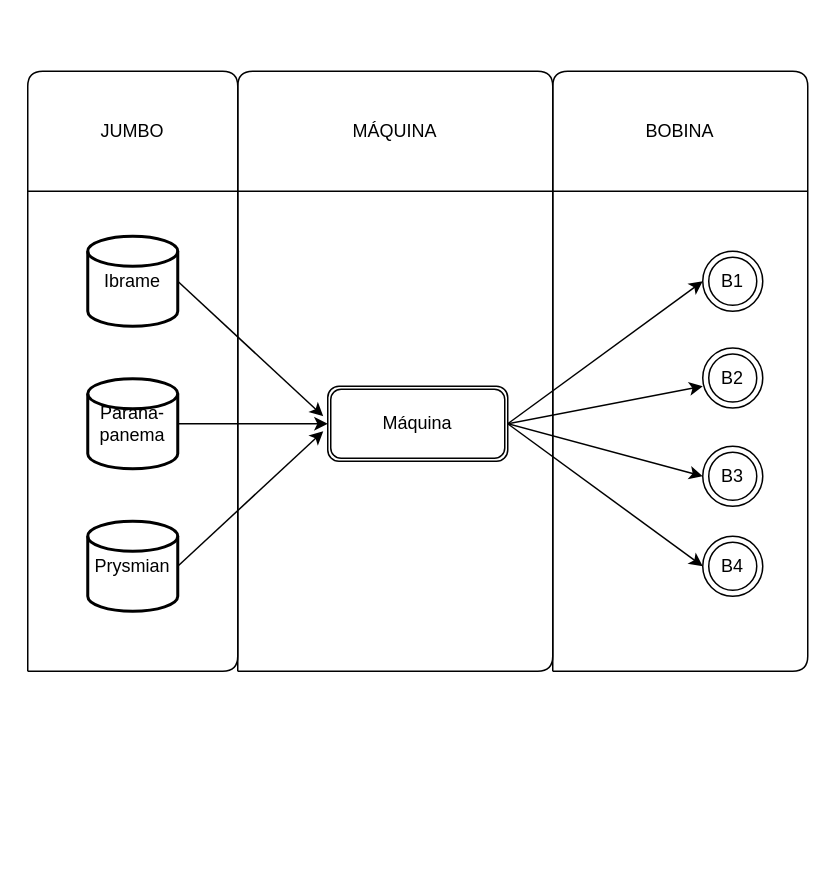
zeca-esp/disney.github.io keeps this draw.io diagram as Jumbo.drawio. Above is the earlier version. Source tidied: cells renumbered, new cells numbered last; positions are measured from the earlier drawing's top-left corner, leaving out a move shared by most shapes. Both pictures are drawn from the tidied source at 150%, with x=0, y=0 at pixel (27, 70).
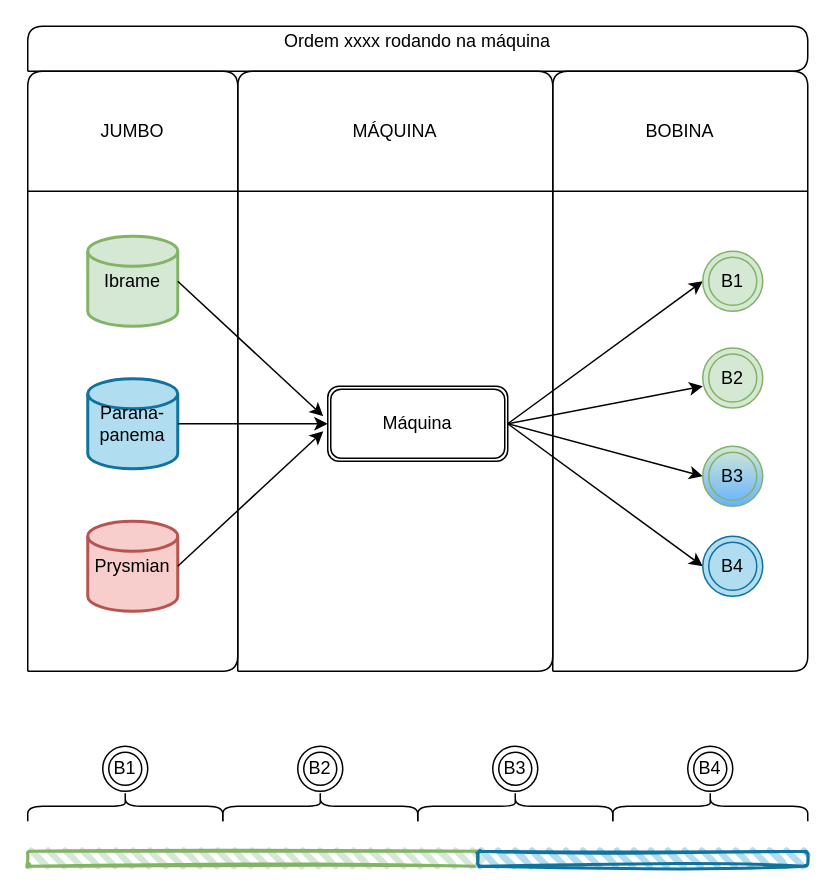
After the change.

What changed in the source:
```diff
@@
-    <mxCell id="2" value="Ibrame" style="strokeWidth=2;html=1;shape=mxgraph.flowchart.database;whiteSpace=wrap;" parent="1" vertex="1">
+    <mxCell id="2" value="Ibrame" style="strokeWidth=2;html=1;shape=mxgraph.flowchart.database;whiteSpace=wrap;fillColor=#d5e8d4;strokeColor=#82b366;" parent="1" vertex="1">
       <mxGeometry x="40" y="110" width="60" height="60" as="geometry" />
     </mxCell>
-    <mxCell id="3" value="Parana-&lt;br&gt;panema" style="strokeWidth=2;html=1;shape=mxgraph.flowchart.database;whiteSpace=wrap;" parent="1" vertex="1">
+    <mxCell id="3" value="Parana-&lt;br&gt;panema" style="strokeWidth=2;html=1;shape=mxgraph.flowchart.database;whiteSpace=wrap;fillColor=#b1ddf0;strokeColor=#10739e;" parent="1" vertex="1">
       <mxGeometry x="40" y="205" width="60" height="60" as="geometry" />
     </mxCell>
@@
-    <mxCell id="11" value="Prysmian" style="strokeWidth=2;html=1;shape=mxgraph.flowchart.database;whiteSpace=wrap;" parent="1" vertex="1">
+    <mxCell id="11" value="Prysmian" style="strokeWidth=2;html=1;shape=mxgraph.flowchart.database;whiteSpace=wrap;fillColor=#f8cecc;strokeColor=#b85450;" parent="1" vertex="1">
       <mxGeometry x="40" y="300" width="60" height="60" as="geometry" />
     </mxCell>
@@
-    <mxCell id="20" value="B1" style="ellipse;shape=doubleEllipse;whiteSpace=wrap;html=1;" parent="1" vertex="1">
+    <mxCell id="20" value="B1" style="ellipse;shape=doubleEllipse;whiteSpace=wrap;html=1;fillColor=#d5e8d4;strokeColor=#82b366;" parent="1" vertex="1">
       <mxGeometry x="450" y="120" width="40" height="40" as="geometry" />
     </mxCell>
-    <mxCell id="21" value="B2" style="ellipse;shape=doubleEllipse;whiteSpace=wrap;html=1;" parent="1" vertex="1">
+    <mxCell id="21" value="B2" style="ellipse;shape=doubleEllipse;whiteSpace=wrap;html=1;fillColor=#d5e8d4;strokeColor=#82b366;" parent="1" vertex="1">
       <mxGeometry x="450" y="184.5" width="40" height="40" as="geometry" />
     </mxCell>
-    <mxCell id="22" value="B3" style="ellipse;shape=doubleEllipse;whiteSpace=wrap;html=1;" parent="1" vertex="1">
+    <mxCell id="22" value="B3" style="ellipse;shape=doubleEllipse;whiteSpace=wrap;html=1;fillColor=#d5e8d4;strokeColor=#82b366;gradientDirection=south;gradientColor=#66B2FF;" parent="1" vertex="1">
       <mxGeometry x="450" y="250" width="40" height="40" as="geometry" />
     </mxCell>
-    <mxCell id="23" value="B4" style="ellipse;shape=doubleEllipse;whiteSpace=wrap;html=1;" parent="1" vertex="1">
+    <mxCell id="23" value="B4" style="ellipse;shape=doubleEllipse;whiteSpace=wrap;html=1;fillColor=#b1ddf0;strokeColor=#10739e;" parent="1" vertex="1">
       <mxGeometry x="450" y="310" width="40" height="40" as="geometry" />
     </mxCell>
+    <mxCell id="24" style="shape=curlyBracket;whiteSpace=wrap;html=1;rounded=1;direction=south;" parent="1" vertex="1">
+      <mxGeometry y="480" width="130" height="20" as="geometry" />
+    </mxCell>
+    <mxCell id="25" style="shape=curlyBracket;whiteSpace=wrap;html=1;rounded=1;direction=south;" parent="1" vertex="1">
+      <mxGeometry x="130" y="480" width="130" height="20" as="geometry" />
+    </mxCell>
+    <mxCell id="26" style="shape=curlyBracket;whiteSpace=wrap;html=1;rounded=1;direction=south;" parent="1" vertex="1">
+      <mxGeometry x="260" y="480" width="130" height="20" as="geometry" />
+    </mxCell>
+    <mxCell id="27" style="shape=curlyBracket;whiteSpace=wrap;html=1;rounded=1;direction=south;" parent="1" vertex="1">
+      <mxGeometry x="390" y="480" width="130" height="20" as="geometry" />
+    </mxCell>
+    <mxCell id="28" value="B1" style="ellipse;shape=doubleEllipse;whiteSpace=wrap;html=1;" parent="1" vertex="1">
+      <mxGeometry x="50" y="450" width="30" height="30" as="geometry" />
+    </mxCell>
+    <mxCell id="29" value="B2" style="ellipse;shape=doubleEllipse;whiteSpace=wrap;html=1;" parent="1" vertex="1">
+      <mxGeometry x="180" y="450" width="30" height="30" as="geometry" />
+    </mxCell>
+    <mxCell id="30" value="B3" style="ellipse;shape=doubleEllipse;whiteSpace=wrap;html=1;" parent="1" vertex="1">
+      <mxGeometry x="310" y="450" width="30" height="30" as="geometry" />
+    </mxCell>
+    <mxCell id="31" value="B4" style="ellipse;shape=doubleEllipse;whiteSpace=wrap;html=1;" parent="1" vertex="1">
+      <mxGeometry x="440" y="450" width="30" height="30" as="geometry" />
+    </mxCell>
+    <mxCell id="32" style="rounded=1;whiteSpace=wrap;html=1;strokeWidth=2;fillWeight=4;hachureGap=8;hachureAngle=45;fillColor=#d5e8d4;sketch=1;strokeColor=#82b366;" parent="1" vertex="1">
+      <mxGeometry y="520" width="300" height="10" as="geometry" />
+    </mxCell>
+    <mxCell id="33" style="rounded=1;whiteSpace=wrap;html=1;strokeWidth=2;fillWeight=4;hachureGap=8;hachureAngle=45;fillColor=#b1ddf0;sketch=1;strokeColor=#10739e;" parent="1" vertex="1">
+      <mxGeometry x="300" y="520" width="220" height="10" as="geometry" />
+    </mxCell>
+    <mxCell id="34" style="endArrow=none;html=1;" parent="1" edge="1">
+      <mxGeometry relative="1" as="geometry">
+        <mxPoint as="sourcePoint" />
+        <mxPoint as="targetPoint" />
+        <Array as="points">
+          <mxPoint y="-30" />
+          <mxPoint x="520" y="-30" />
+          <mxPoint x="520" />
+        </Array>
+      </mxGeometry>
+    </mxCell>
+    <mxCell id="35" value="Ordem xxxx rodando na máquina" style="text;html=1;strokeColor=none;fillColor=none;align=center;verticalAlign=middle;whiteSpace=wrap;rounded=0;" parent="1" vertex="1">
+      <mxGeometry x="135" y="-30" width="250" height="20" as="geometry" />
+    </mxCell>
```
